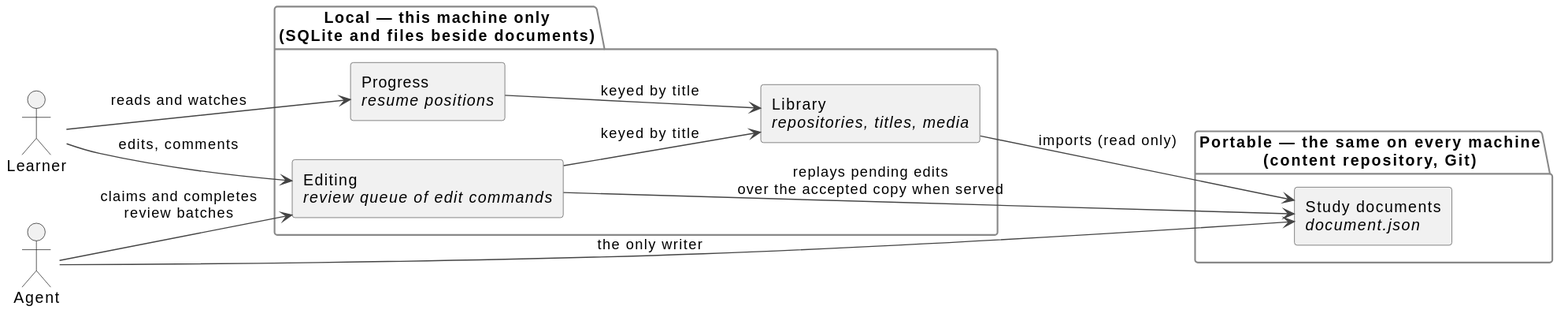
The PlantUML diagram docs/diagrams/domains.svg in parkie213/petites-roues, before a commit.
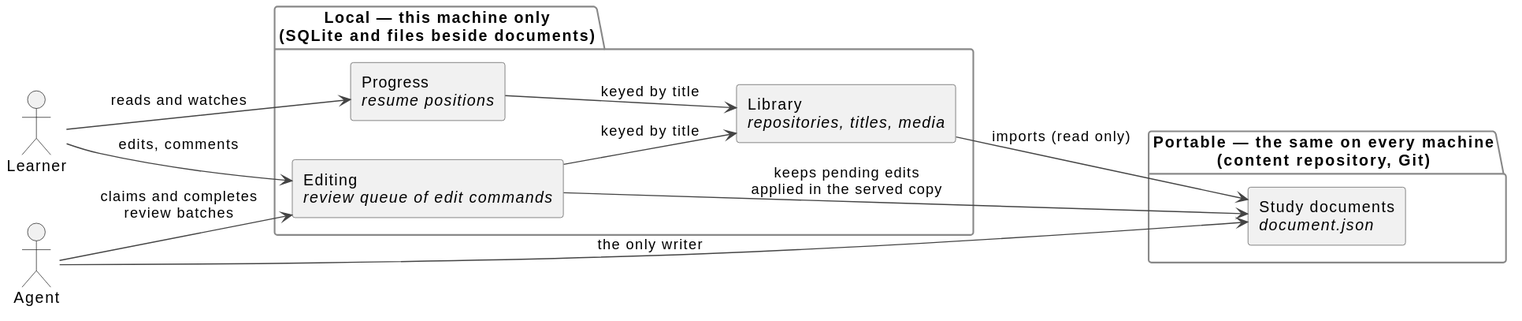
Later version of the same file.

Diff of the diagram source:
```diff
@@ -20,7 +20,7 @@
 }
 
 Library --> Documents : imports (read only)
-Editing --> Documents : replays pending edits\nover the accepted copy when served
+Editing --> Documents : keeps pending edits\napplied in the served copy
 Agent --> Documents : the only writer
 Agent --> Editing : claims and completes\nreview batches
 Learner --> Editing : edits, comments
```
